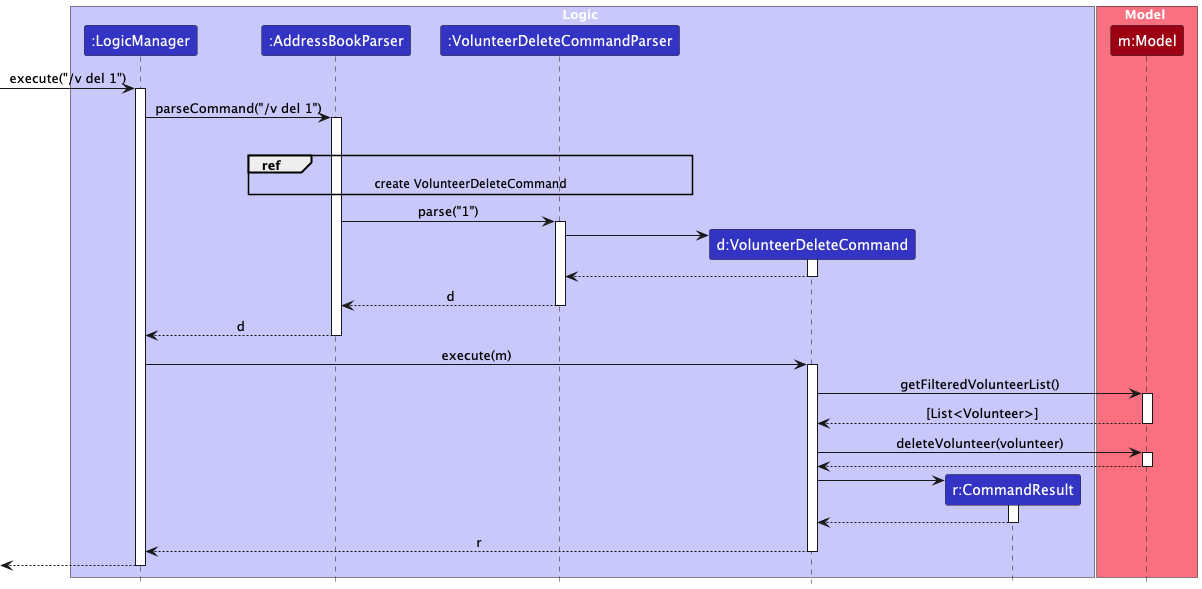
Earlier version of the PlantUML export docs/images/DeleteVolunteerSequenceDiagram.png (nus-cs2103-AY2425S1/tp). Its diagram source:
```plantuml
@startuml
!include style.puml
skinparam ArrowFontStyle plain

box Logic LOGIC_COLOR_T1
participant ":LogicManager" as LogicManager LOGIC_COLOR
participant ":AddressBookParser" as AddressBookParser LOGIC_COLOR
participant ":VolunteerDeleteCommandParser" as VolunteerDeleteCommandParser LOGIC_COLOR
participant "d:VolunteerDeleteCommand" as VolunteerDeleteCommand LOGIC_COLOR
participant "r:CommandResult" as CommandResult LOGIC_COLOR
end box

box Model MODEL_COLOR_T1
participant "m:Model" as Model MODEL_COLOR
end box

[-> LogicManager : execute("/v del 1")
activate LogicManager

LogicManager -> AddressBookParser : parseCommand("/v del 1")
activate AddressBookParser

ref over AddressBookParser, VolunteerDeleteCommandParser : create VolunteerDeleteCommand

deactivate VolunteerDeleteCommandParser

AddressBookParser -> VolunteerDeleteCommandParser : parse("1")
activate VolunteerDeleteCommandParser

create VolunteerDeleteCommand
VolunteerDeleteCommandParser -> VolunteerDeleteCommand
activate VolunteerDeleteCommand

VolunteerDeleteCommand --> VolunteerDeleteCommandParser
deactivate VolunteerDeleteCommand

VolunteerDeleteCommandParser --> AddressBookParser : d
deactivate VolunteerDeleteCommandParser

AddressBookParser --> LogicManager : d
deactivate AddressBookParser

LogicManager -> VolunteerDeleteCommand : execute(m)
activate VolunteerDeleteCommand

VolunteerDeleteCommand -> Model : getFilteredVolunteerList()
activate Model

Model --> VolunteerDeleteCommand : [List<Volunteer>]
deactivate Model

VolunteerDeleteCommand -> Model : deleteVolunteer(volunteer)
activate Model

Model --> VolunteerDeleteCommand
deactivate Model

create CommandResult
VolunteerDeleteCommand -> CommandResult
activate CommandResult

CommandResult --> VolunteerDeleteCommand
deactivate CommandResult

VolunteerDeleteCommand --> LogicManager : r
deactivate VolunteerDeleteCommand

[<-- LogicManager
deactivate LogicManager
@enduml
```
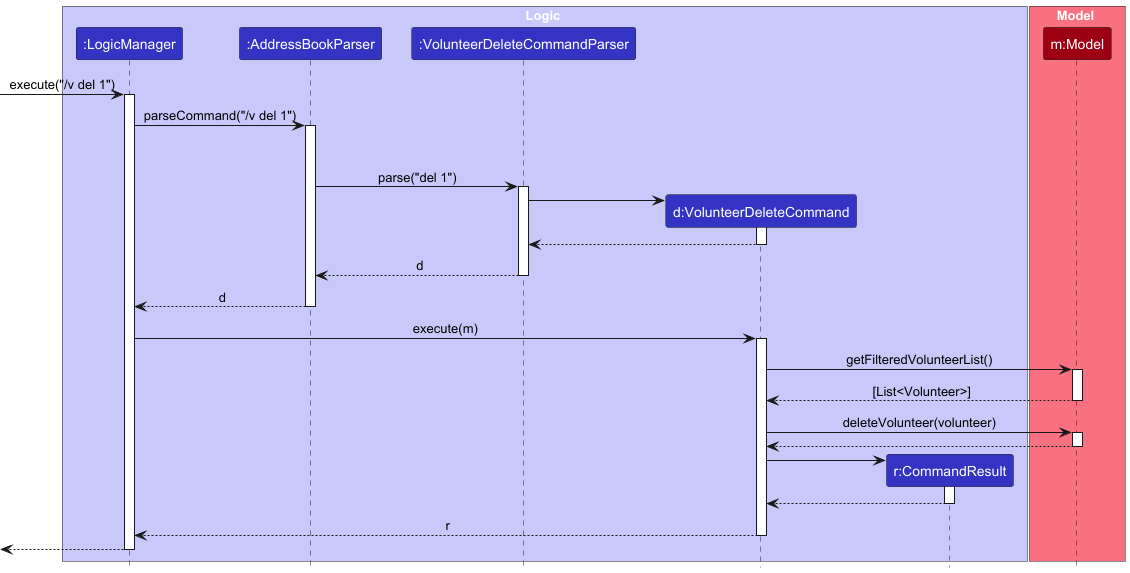
After the change.

The edit, as a diff of the source:
```diff
@@ -20,11 +20,9 @@
 LogicManager -> AddressBookParser : parseCommand("/v del 1")
 activate AddressBookParser
 
-ref over AddressBookParser, VolunteerDeleteCommandParser : create VolunteerDeleteCommand
-
 deactivate VolunteerDeleteCommandParser
 
-AddressBookParser -> VolunteerDeleteCommandParser : parse("1")
+AddressBookParser -> VolunteerDeleteCommandParser : parse("del 1")
 activate VolunteerDeleteCommandParser
 
 create VolunteerDeleteCommand
```
